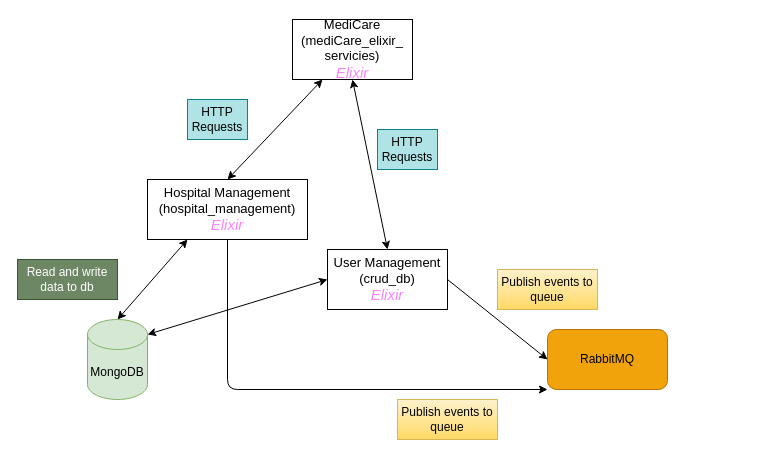
The draw.io diagram arhitecture/mediCare_elixir_arh.drawio in stefstef98/mediCare_elixir_services, before the edit. Source tidied: cells renumbered, new cells numbered last; positions are measured from the earlier drawing's top-left corner, leaving out a move shared by most shapes. Both pictures are drawn from the tidied source at 100%, with x=0, y=0 at pixel (17, 19).
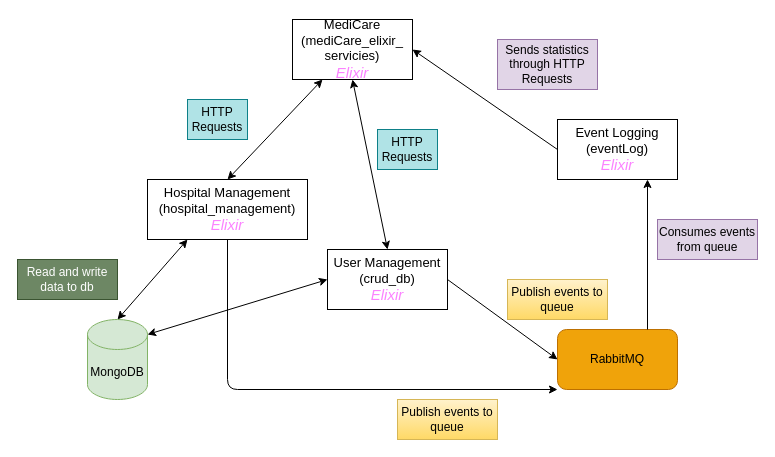
After the change.

Commit message (it also covers changes not shown here):
Updated arhitecture diagram

Unchanged cells that the change refers to:
```xml
<mxCell id="10" value="&lt;font&gt;&lt;span style=&quot;font-size: 13px&quot;&gt;MediCare (mediCare_elixir_&lt;br&gt;servicies)&lt;/span&gt;&lt;br&gt;&lt;font color=&quot;#fb82ff&quot; style=&quot;font-size: 15px&quot;&gt;&lt;i&gt;Elixir&lt;/i&gt;&lt;/font&gt;&lt;/font&gt;" style="rounded=0;whiteSpace=wrap;html=1;" parent="1" vertex="1">
  <mxGeometry x="275" width="120" height="60" as="geometry" />
</mxCell>
```

What changed in the source:
```diff
@@
     <mxCell id="7" value="RabbitMQ" style="rounded=1;whiteSpace=wrap;html=1;fillColor=#f0a30a;strokeColor=#BD7000;fontColor=#000000;" parent="1" vertex="1">
-      <mxGeometry x="530" y="310" width="120" height="60" as="geometry" />
+      <mxGeometry x="540" y="310" width="120" height="60" as="geometry" />
     </mxCell>
@@
     <mxCell id="16" value="Publish events to queue" style="text;html=1;strokeColor=#d6b656;fillColor=#fff2cc;align=center;verticalAlign=middle;whiteSpace=wrap;rounded=0;gradientColor=#ffd966;" parent="1" vertex="1">
-      <mxGeometry x="480" y="250" width="100" height="40" as="geometry" />
+      <mxGeometry x="490" y="260" width="100" height="40" as="geometry" />
     </mxCell>
@@
+    <mxCell id="18" value="&lt;font&gt;&lt;span style=&quot;font-size: 13px&quot;&gt;Event Logging (eventLog)&lt;/span&gt;&lt;br&gt;&lt;font style=&quot;font-size: 15px&quot; color=&quot;#fb82ff&quot;&gt;&lt;i&gt;Elixir&lt;/i&gt;&lt;/font&gt;&lt;/font&gt;" style="rounded=0;whiteSpace=wrap;html=1;" parent="1" vertex="1">
+      <mxGeometry x="540" y="100" width="120" height="60" as="geometry" />
+    </mxCell>
+    <mxCell id="19" style="endArrow=classic;html=1;entryX=0.75;entryY=1;entryDx=0;entryDy=0;exitX=0.75;exitY=0;exitDx=0;exitDy=0;" parent="1" edge="1" source="7" target="18">
+      <mxGeometry relative="1" as="geometry" />
+    </mxCell>
+    <mxCell id="20" value="Consumes events from queue" style="text;html=1;strokeColor=#9673a6;fillColor=#e1d5e7;align=center;verticalAlign=middle;whiteSpace=wrap;rounded=0;" parent="1" vertex="1">
+      <mxGeometry x="640" y="200" width="100" height="40" as="geometry" />
+    </mxCell>
+    <mxCell id="21" style="endArrow=classic;html=1;entryX=1;entryY=0.5;entryDx=0;entryDy=0;exitX=0;exitY=0.5;exitDx=0;exitDy=0;" parent="1" edge="1" source="18" target="10">
+      <mxGeometry relative="1" as="geometry" />
+    </mxCell>
+    <mxCell id="22" value="Sends statistics through HTTP Requests" style="text;html=1;strokeColor=#9673a6;fillColor=#e1d5e7;align=center;verticalAlign=middle;whiteSpace=wrap;rounded=0;" parent="1" vertex="1">
+      <mxGeometry x="480" y="20" width="100" height="50" as="geometry" />
+    </mxCell>
```
